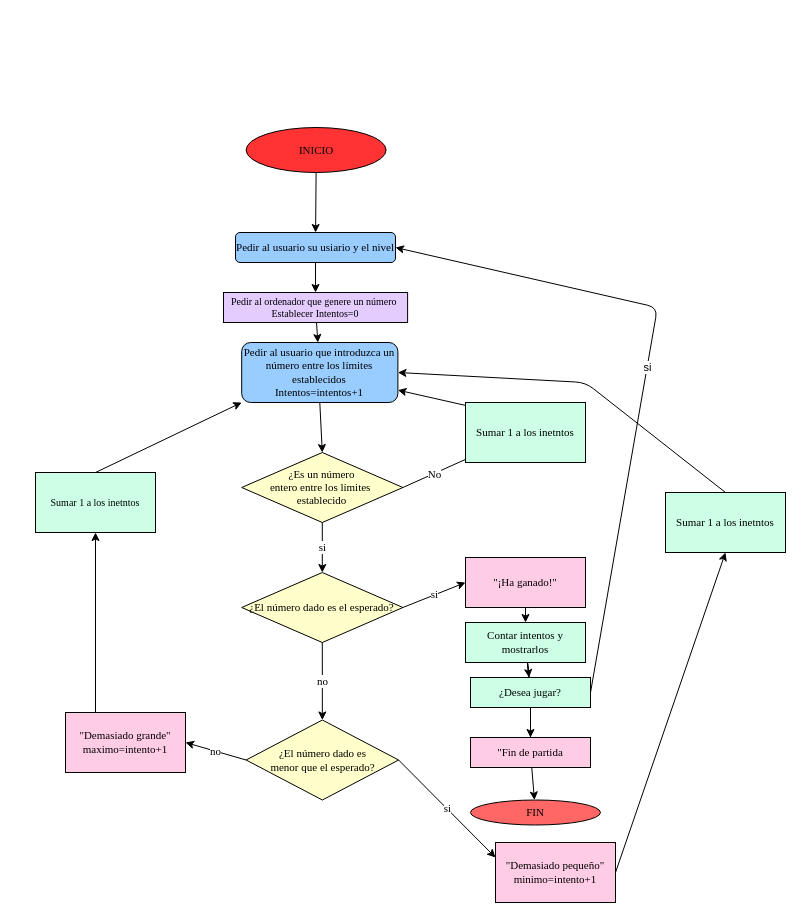
valuvilla/3.Adivina_un_numero_valentina_villalobos keeps this draw.io diagram as diagrama.drawio. Above is the earlier version. Source tidied: cells renumbered, new cells numbered last; positions are measured from the earlier drawing's top-left corner, leaving out a move shared by most shapes. Both pictures are drawn from the tidied source at 100%, with x=0, y=0 at pixel (35, 127).
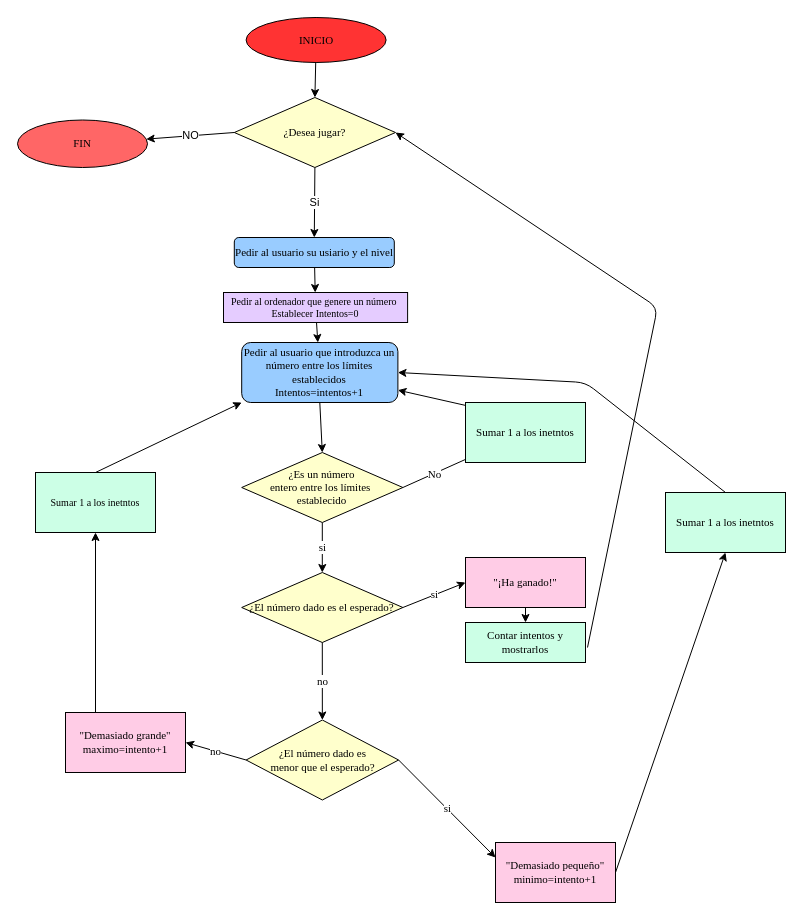
After the change.

The change refers to these unchanged cells:
```xml
<mxCell id="21" value="Contar intentos y mostrarlos" style="rounded=0;whiteSpace=wrap;html=1;fontSize=11;fontFamily=Times New Roman;fillColor=#CCFFE6;" parent="1" vertex="1">
  <mxGeometry x="430" y="495" width="120" height="40" as="geometry" />
</mxCell>
```

What changed in the source:
```diff
@@
-    <mxCell id="18" style="edgeStyle=none;html=1;fontFamily=Times New Roman;fontSize=10;startArrow=none;" parent="1" edge="1" source="36" target="35">
-      <mxGeometry relative="1" as="geometry" />
-    </mxCell>
-    <mxCell id="19" style="edgeStyle=none;html=1;fontFamily=Times New Roman;fontSize=10;fillColor=#CCFFE6;startArrow=none;" parent="1" edge="1" source="40" target="36">
-      <mxGeometry relative="1" as="geometry" />
-    </mxCell>
-    <mxCell id="20" style="edgeStyle=none;html=1;" parent="1" edge="1" source="21" target="40">
-      <mxGeometry relative="1" as="geometry" />
-    </mxCell>
@@
     <mxCell id="33" value="Pedir al usuario su usiario y el nivel" style="rounded=1;whiteSpace=wrap;html=1;fontSize=11;fontFamily=Times New Roman;fillColor=#99CCFF;" parent="1" vertex="1">
-      <mxGeometry x="200" y="105" width="160" height="30" as="geometry" />
+      <mxGeometry x="198.8" y="110" width="160" height="30" as="geometry" />
     </mxCell>
-    <mxCell id="34" style="edgeStyle=none;html=1;fontFamily=Times New Roman;fontSize=10;startArrow=none;" parent="1" edge="1" source="38" target="33">
+    <mxCell id="34" style="edgeStyle=none;html=1;fontFamily=Times New Roman;fontSize=10;startArrow=none;entryX=0.5;entryY=0;entryDx=0;entryDy=0;" parent="1" edge="1" source="38" target="40">
       <mxGeometry relative="1" as="geometry" />
     </mxCell>
     <mxCell id="35" value="FIN" style="ellipse;whiteSpace=wrap;html=1;fontSize=11;fontFamily=Times New Roman;rounded=0;fillColor=#FF6666;" parent="1" vertex="1">
-      <mxGeometry x="435" y="672.5" width="130" height="25" as="geometry" />
+      <mxGeometry x="-18" y="-7.5" width="130" height="47.5" as="geometry" />
     </mxCell>
-    <mxCell id="36" value="&quot;Fin de partida" style="whiteSpace=wrap;html=1;fontSize=11;fontFamily=Times New Roman;rounded=0;fillColor=#FFCCE6;" parent="1" vertex="1">
-      <mxGeometry x="435" y="610" width="120" height="30" as="geometry" />
-    </mxCell>
-    <mxCell id="37" style="edgeStyle=none;html=1;fontFamily=Times New Roman;fontSize=10;endArrow=none;startArrow=none;" parent="1" edge="1" source="40" target="36">
-      <mxGeometry relative="1" as="geometry" />
-    </mxCell>
     <mxCell id="38" value="INICIO" style="ellipse;whiteSpace=wrap;html=1;fontSize=11;fontFamily=Times New Roman;rounded=1;fillColor=#FF3333;" parent="1" vertex="1">
-      <mxGeometry x="210.6" width="140" height="45" as="geometry" />
+      <mxGeometry x="210.6" y="-110" width="140" height="45" as="geometry" />
     </mxCell>
-    <mxCell id="39" style="edgeStyle=none;html=1;fontFamily=Times New Roman;fontSize=10;endArrow=none;" parent="1" edge="1" source="21" target="40">
-      <mxGeometry relative="1" as="geometry" />
-    </mxCell>
+    <mxCell id="42" style="endArrow=classic;html=1;entryX=1;entryY=0.5;entryDx=0;entryDy=0;" parent="1" edge="1" target="40">
+      <mxGeometry relative="1" as="geometry">
+        <mxPoint x="552" y="520" as="sourcePoint" />
+        <Array as="points">
+          <mxPoint x="622" y="180" />
+        </Array>
+      </mxGeometry>
+    </mxCell>
+    <mxCell id="44" value="Si" style="edgeStyle=none;html=1;exitX=0.5;exitY=1;exitDx=0;exitDy=0;entryX=0.5;entryY=0;entryDx=0;entryDy=0;" parent="1" edge="1" source="40" target="33">
+      <mxGeometry relative="1" as="geometry" />
+    </mxCell>
+    <mxCell id="45" value="NO" style="edgeStyle=none;html=1;exitX=0;exitY=0.5;exitDx=0;exitDy=0;" parent="1" edge="1" source="40" target="35">
+      <mxGeometry relative="1" as="geometry" />
+    </mxCell>
-    <mxCell id="40" value="¿Desea jugar?" style="whiteSpace=wrap;html=1;fontSize=11;fontFamily=Times New Roman;fillColor=#CCFFE6;rounded=0;" parent="1" vertex="1">
-      <mxGeometry x="435" y="550" width="120" height="30" as="geometry" />
+    <mxCell id="40" value="¿Desea jugar?" style="rhombus;whiteSpace=wrap;html=1;fontSize=11;fontFamily=Times New Roman;fillColor=#FFFFCC;" parent="1" vertex="1">
+      <mxGeometry x="198.8" y="-30" width="161.2" height="70" as="geometry" />
     </mxCell>
-    <mxCell id="41" style="edgeStyle=none;html=1;fontFamily=Times New Roman;fontSize=10;fillColor=#CCFFE6;endArrow=none;" parent="1" edge="1" source="21" target="40">
-      <mxGeometry relative="1" as="geometry" />
-    </mxCell>
-    <mxCell id="42" style="endArrow=classic;html=1;exitX=1;exitY=0.5;exitDx=0;exitDy=0;entryX=1;entryY=0.5;entryDx=0;entryDy=0;" parent="1" edge="1" source="40" target="33">
-      <mxGeometry relative="1" as="geometry">
-        <Array as="points">
-          <mxPoint x="622" y="180" />
-        </Array>
-      </mxGeometry>
-    </mxCell>
-    <mxCell id="43" value="si" style="edgeLabel;html=1;align=center;verticalAlign=middle;" parent="42" vertex="1">
-      <mxGeometry relative="1" as="geometry" />
-    </mxCell>
```
